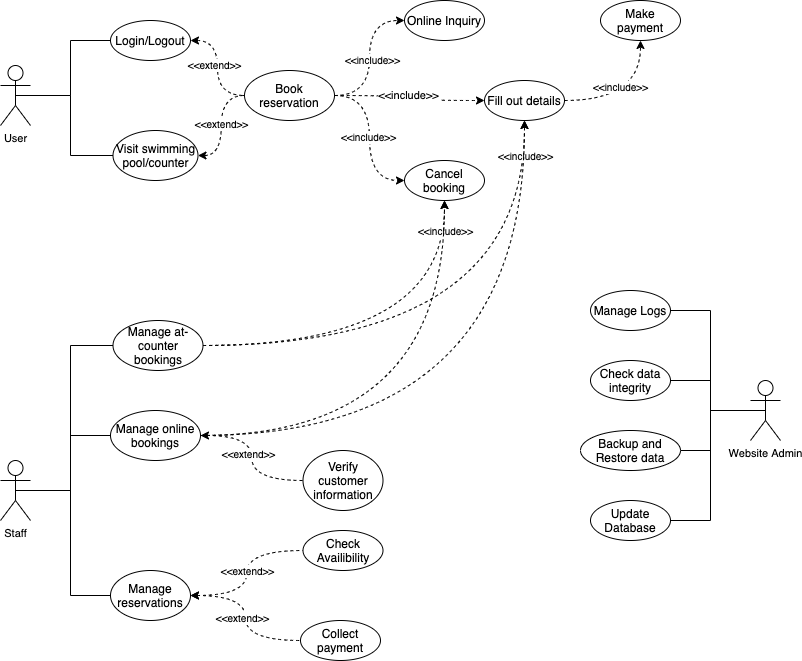
Deeshti/cs keeps this draw.io diagram as CaseD.png. Above is the earlier version. Source tidied: cells renumbered, new cells last; positions are measured from the earlier drawing's top-left corner, leaving out a move shared by most shapes.
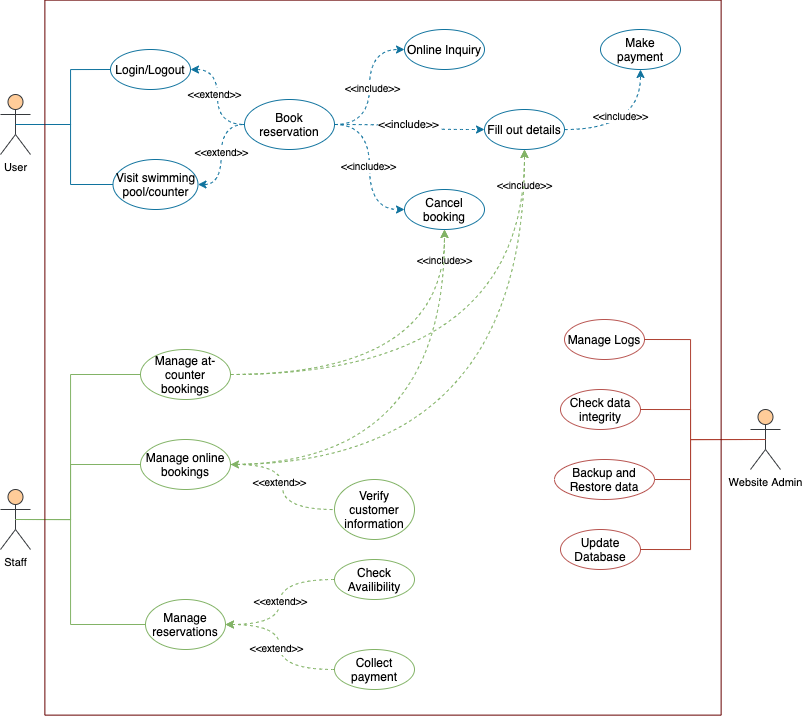
After the change.

Diff of the diagram source:
```diff
@@ -4,3 +4,3 @@
     <mxCell id="1" parent="0" />
-    <mxCell id="2" style="edgeStyle=orthogonalEdgeStyle;jettySize=auto;html=1;exitX=1;exitY=0.5;exitDx=0;exitDy=0;entryX=0;entryY=0.5;entryDx=0;entryDy=0;dashed=1;curved=1;" parent="1" edge="1" source="4" target="6">
+    <mxCell id="2" style="edgeStyle=orthogonalEdgeStyle;jettySize=auto;html=1;exitX=1;exitY=0.5;exitDx=0;exitDy=0;entryX=0;entryY=0.5;entryDx=0;entryDy=0;dashed=1;curved=1;fillColor=#b1ddf0;strokeColor=#10739e;" parent="1" edge="1" source="4" target="6">
       <mxGeometry relative="1" as="geometry" />
@@ -10,18 +10,18 @@
     </mxCell>
-    <mxCell id="4" value="Book reservation" style="ellipse;whiteSpace=wrap;html=1;" parent="1" vertex="1">
+    <mxCell id="4" value="Book reservation" style="ellipse;whiteSpace=wrap;html=1;strokeColor=#10739e;fillColor=none;" parent="1" vertex="1">
       <mxGeometry x="244" y="70" width="90" height="50" as="geometry" />
     </mxCell>
-    <mxCell id="5" value="Cancel booking" style="ellipse;whiteSpace=wrap;html=1;" parent="1" vertex="1">
+    <mxCell id="5" value="Cancel booking" style="ellipse;whiteSpace=wrap;html=1;strokeColor=#10739e;fillColor=none;" parent="1" vertex="1">
       <mxGeometry x="404" y="160" width="80" height="40" as="geometry" />
     </mxCell>
-    <mxCell id="6" value="Online Inquiry" style="ellipse;whiteSpace=wrap;html=1;" parent="1" vertex="1">
+    <mxCell id="6" value="Online Inquiry" style="ellipse;whiteSpace=wrap;html=1;strokeColor=#10739e;fillColor=none;" parent="1" vertex="1">
       <mxGeometry x="404" width="80" height="40" as="geometry" />
     </mxCell>
-    <mxCell id="7" value="Fill out details" style="ellipse;whiteSpace=wrap;html=1;" parent="1" vertex="1">
+    <mxCell id="7" value="Fill out details" style="ellipse;whiteSpace=wrap;html=1;strokeColor=#10739e;fillColor=none;" parent="1" vertex="1">
       <mxGeometry x="484" y="80" width="80" height="40" as="geometry" />
     </mxCell>
-    <mxCell id="8" value="Make payment" style="ellipse;whiteSpace=wrap;html=1;" parent="1" vertex="1">
+    <mxCell id="8" value="Make payment" style="ellipse;whiteSpace=wrap;html=1;strokeColor=#10739e;fillColor=none;" parent="1" vertex="1">
       <mxGeometry x="600" width="80" height="40" as="geometry" />
     </mxCell>
-    <mxCell id="9" style="edgeStyle=orthogonalEdgeStyle;jettySize=auto;html=1;exitX=1;exitY=0.5;exitDx=0;exitDy=0;entryX=0;entryY=0.5;entryDx=0;entryDy=0;dashed=1;curved=1;" parent="1" edge="1" source="4" target="7">
+    <mxCell id="9" style="edgeStyle=orthogonalEdgeStyle;jettySize=auto;html=1;exitX=1;exitY=0.5;exitDx=0;exitDy=0;entryX=0;entryY=0.5;entryDx=0;entryDy=0;dashed=1;curved=1;fillColor=#b1ddf0;strokeColor=#10739e;" parent="1" edge="1" source="4" target="7">
       <mxGeometry relative="1" as="geometry" />
@@ -33,3 +33,3 @@
     </mxCell>
-    <mxCell id="11" style="edgeStyle=orthogonalEdgeStyle;jettySize=auto;html=1;entryX=0;entryY=0.5;entryDx=0;entryDy=0;dashed=1;curved=1;exitX=1;exitY=0.5;exitDx=0;exitDy=0;" parent="1" edge="1" source="4" target="5">
+    <mxCell id="11" style="edgeStyle=orthogonalEdgeStyle;jettySize=auto;html=1;entryX=0;entryY=0.5;entryDx=0;entryDy=0;dashed=1;curved=1;exitX=1;exitY=0.5;exitDx=0;exitDy=0;fillColor=#b1ddf0;strokeColor=#10739e;" parent="1" edge="1" source="4" target="5">
       <mxGeometry relative="1" as="geometry" />
@@ -39,3 +39,3 @@
     </mxCell>
-    <mxCell id="13" style="edgeStyle=orthogonalEdgeStyle;jettySize=auto;html=1;dashed=1;curved=1;" parent="1" edge="1" source="7" target="8">
+    <mxCell id="13" style="edgeStyle=orthogonalEdgeStyle;jettySize=auto;html=1;dashed=1;curved=1;fillColor=#b1ddf0;strokeColor=#10739e;" parent="1" edge="1" source="7" target="8">
       <mxGeometry relative="1" as="geometry" />
@@ -47,15 +47,15 @@
     </mxCell>
-    <mxCell id="15" value="Manage at-counter bookings" style="ellipse;whiteSpace=wrap;html=1;" parent="1" vertex="1">
-      <mxGeometry x="112.5" y="320" width="90" height="50" as="geometry" />
+    <mxCell id="15" value="Manage at-counter bookings" style="ellipse;whiteSpace=wrap;html=1;strokeColor=#82b366;fillColor=none;" parent="1" vertex="1">
+      <mxGeometry x="140" y="320" width="90" height="50" as="geometry" />
     </mxCell>
-    <mxCell id="16" value="Manage reservations" style="ellipse;whiteSpace=wrap;html=1;" parent="1" vertex="1">
-      <mxGeometry x="110" y="570" width="80" height="50" as="geometry" />
+    <mxCell id="16" value="Manage reservations" style="ellipse;whiteSpace=wrap;html=1;strokeColor=#82b366;fillColor=none;" parent="1" vertex="1">
+      <mxGeometry x="145" y="570" width="80" height="50" as="geometry" />
     </mxCell>
-    <mxCell id="17" value="Collect payment" style="ellipse;whiteSpace=wrap;html=1;" parent="1" vertex="1">
-      <mxGeometry x="300" y="620" width="80" height="40" as="geometry" />
+    <mxCell id="17" value="Collect payment" style="ellipse;whiteSpace=wrap;html=1;strokeColor=#82b366;fillColor=none;" parent="1" vertex="1">
+      <mxGeometry x="334" y="620" width="80" height="40" as="geometry" />
     </mxCell>
-    <mxCell id="18" value="Verify customer information" style="ellipse;whiteSpace=wrap;html=1;" parent="1" vertex="1">
-      <mxGeometry x="302.5" y="450" width="80" height="60" as="geometry" />
+    <mxCell id="18" value="Verify customer information" style="ellipse;whiteSpace=wrap;html=1;strokeColor=#82b366;fillColor=none;" parent="1" vertex="1">
+      <mxGeometry x="334" y="450" width="80" height="60" as="geometry" />
     </mxCell>
-    <mxCell id="19" style="edgeStyle=orthogonalEdgeStyle;jettySize=auto;html=1;entryX=0.5;entryY=1;entryDx=0;entryDy=0;dashed=1;curved=1;exitX=1;exitY=0.5;exitDx=0;exitDy=0;" parent="1" edge="1" source="15" target="5">
+    <mxCell id="19" style="edgeStyle=orthogonalEdgeStyle;jettySize=auto;html=1;entryX=0.5;entryY=1;entryDx=0;entryDy=0;dashed=1;curved=1;exitX=1;exitY=0.5;exitDx=0;exitDy=0;fillColor=#d5e8d4;strokeColor=#82b366;" parent="1" edge="1" source="15" target="5">
       <mxGeometry relative="1" as="geometry">
@@ -68,6 +68,6 @@
       <mxGeometry x="-0.01" y="-2" relative="1" as="geometry">
-        <mxPoint x="51.5" y="-117" as="offset" />
+        <mxPoint x="37" y="-117" as="offset" />
       </mxGeometry>
     </mxCell>
-    <mxCell id="21" style="edgeStyle=orthogonalEdgeStyle;jettySize=auto;html=1;entryX=0.5;entryY=1;entryDx=0;entryDy=0;dashed=1;curved=1;exitX=1;exitY=0.5;exitDx=0;exitDy=0;" parent="1" edge="1" source="15" target="7">
+    <mxCell id="21" style="edgeStyle=orthogonalEdgeStyle;jettySize=auto;html=1;entryX=0.5;entryY=1;entryDx=0;entryDy=0;dashed=1;curved=1;exitX=1;exitY=0.5;exitDx=0;exitDy=0;fillColor=#d5e8d4;strokeColor=#82b366;" parent="1" edge="1" source="15" target="7">
       <mxGeometry relative="1" as="geometry" />
@@ -76,9 +76,9 @@
       <mxGeometry x="-0.01" y="-2" relative="1" as="geometry">
-        <mxPoint x="52.5" y="-192" as="offset" />
+        <mxPoint x="38" y="-192" as="offset" />
       </mxGeometry>
     </mxCell>
-    <mxCell id="23" value="Check Availibility" style="ellipse;whiteSpace=wrap;html=1;" parent="1" vertex="1">
-      <mxGeometry x="302.5" y="530" width="80" height="40" as="geometry" />
+    <mxCell id="23" value="Check Availibility" style="ellipse;whiteSpace=wrap;html=1;strokeColor=#82b366;fillColor=none;" parent="1" vertex="1">
+      <mxGeometry x="334" y="530" width="80" height="40" as="geometry" />
     </mxCell>
-    <mxCell id="24" style="edgeStyle=orthogonalEdgeStyle;jettySize=auto;html=1;entryX=0;entryY=0.5;entryDx=0;entryDy=0;dashed=1;curved=1;exitX=1;exitY=0.5;exitDx=0;exitDy=0;startArrow=classic;startFill=1;endArrow=none;endFill=0;" parent="1" edge="1" source="16" target="23">
+    <mxCell id="24" style="edgeStyle=orthogonalEdgeStyle;jettySize=auto;html=1;entryX=0;entryY=0.5;entryDx=0;entryDy=0;dashed=1;curved=1;exitX=1;exitY=0.5;exitDx=0;exitDy=0;startArrow=classic;startFill=1;endArrow=none;endFill=0;fillColor=#d5e8d4;strokeColor=#82b366;" parent="1" edge="1" source="16" target="23">
       <mxGeometry relative="1" as="geometry" />
@@ -90,3 +90,3 @@
     </mxCell>
-    <mxCell id="26" style="edgeStyle=orthogonalEdgeStyle;jettySize=auto;html=1;entryX=0;entryY=0.5;entryDx=0;entryDy=0;dashed=1;curved=1;exitX=1;exitY=0.5;exitDx=0;exitDy=0;endArrow=none;endFill=0;startArrow=classic;startFill=1;" parent="1" edge="1" source="16" target="17">
+    <mxCell id="26" style="edgeStyle=orthogonalEdgeStyle;jettySize=auto;html=1;entryX=0;entryY=0.5;entryDx=0;entryDy=0;dashed=1;curved=1;exitX=1;exitY=0.5;exitDx=0;exitDy=0;endArrow=none;endFill=0;startArrow=classic;startFill=1;fillColor=#d5e8d4;strokeColor=#82b366;" parent="1" edge="1" source="16" target="17">
       <mxGeometry relative="1" as="geometry" />
@@ -98,9 +98,9 @@
     </mxCell>
-    <mxCell id="28" value="Login/Logout" style="ellipse;whiteSpace=wrap;html=1;" parent="1" vertex="1">
+    <mxCell id="28" value="Login/Logout" style="ellipse;whiteSpace=wrap;html=1;strokeColor=#10739e;fillColor=none;" parent="1" vertex="1">
       <mxGeometry x="110" y="20" width="80" height="40" as="geometry" />
     </mxCell>
-    <mxCell id="29" value="Visit swimming pool/counter" style="ellipse;whiteSpace=wrap;html=1;" parent="1" vertex="1">
+    <mxCell id="29" value="Visit swimming pool/counter" style="ellipse;whiteSpace=wrap;html=1;strokeColor=#10739e;fillColor=none;" parent="1" vertex="1">
       <mxGeometry x="112.5" y="130" width="85" height="50" as="geometry" />
     </mxCell>
-    <mxCell id="30" style="edgeStyle=orthogonalEdgeStyle;jettySize=auto;html=1;dashed=1;curved=1;startArrow=classic;startFill=1;endArrow=none;endFill=0;exitX=1;exitY=0.5;exitDx=0;exitDy=0;entryX=0;entryY=0.5;entryDx=0;entryDy=0;" parent="1" edge="1" source="28" target="4">
+    <mxCell id="30" style="edgeStyle=orthogonalEdgeStyle;jettySize=auto;html=1;dashed=1;curved=1;startArrow=classic;startFill=1;endArrow=none;endFill=0;exitX=1;exitY=0.5;exitDx=0;exitDy=0;entryX=0;entryY=0.5;entryDx=0;entryDy=0;fillColor=#b1ddf0;strokeColor=#10739e;" parent="1" edge="1" source="28" target="4">
       <mxGeometry relative="1" as="geometry" />
@@ -112,3 +112,3 @@
     </mxCell>
-    <mxCell id="32" style="edgeStyle=orthogonalEdgeStyle;jettySize=auto;html=1;dashed=1;curved=1;startArrow=classic;startFill=1;endArrow=none;endFill=0;exitX=1;exitY=0.5;exitDx=0;exitDy=0;entryX=0;entryY=0.5;entryDx=0;entryDy=0;" parent="1" edge="1" source="29" target="4">
+    <mxCell id="32" style="edgeStyle=orthogonalEdgeStyle;jettySize=auto;html=1;dashed=1;curved=1;startArrow=classic;startFill=1;endArrow=none;endFill=0;exitX=1;exitY=0.5;exitDx=0;exitDy=0;entryX=0;entryY=0.5;entryDx=0;entryDy=0;fillColor=#b1ddf0;strokeColor=#10739e;" parent="1" edge="1" source="29" target="4">
       <mxGeometry relative="1" as="geometry" />
@@ -120,6 +120,6 @@
     </mxCell>
-    <mxCell id="34" value="Manage online bookings" style="ellipse;whiteSpace=wrap;html=1;" parent="1" vertex="1">
-      <mxGeometry x="110" y="410" width="90" height="50" as="geometry" />
+    <mxCell id="34" value="Manage online bookings" style="ellipse;whiteSpace=wrap;html=1;strokeColor=#82b366;fillColor=none;" parent="1" vertex="1">
+      <mxGeometry x="140" y="410" width="90" height="50" as="geometry" />
     </mxCell>
-    <mxCell id="35" style="edgeStyle=orthogonalEdgeStyle;jettySize=auto;html=1;dashed=1;curved=1;exitX=1;exitY=0.5;exitDx=0;exitDy=0;startArrow=classic;startFill=1;endArrow=none;endFill=0;" parent="1" edge="1" source="34" target="18">
+    <mxCell id="35" style="edgeStyle=orthogonalEdgeStyle;jettySize=auto;html=1;dashed=1;curved=1;exitX=1;exitY=0.5;exitDx=0;exitDy=0;startArrow=classic;startFill=1;endArrow=none;endFill=0;fillColor=#d5e8d4;strokeColor=#82b366;" parent="1" edge="1" source="34" target="18">
       <mxGeometry relative="1" as="geometry" />
@@ -131,6 +131,6 @@
     </mxCell>
-    <mxCell id="37" style="edgeStyle=orthogonalEdgeStyle;jettySize=auto;html=1;entryX=0.5;entryY=1;entryDx=0;entryDy=0;dashed=1;curved=1;exitX=1;exitY=0.5;exitDx=0;exitDy=0;" parent="1" edge="1" source="34" target="7">
+    <mxCell id="37" style="edgeStyle=orthogonalEdgeStyle;jettySize=auto;html=1;entryX=0.5;entryY=1;entryDx=0;entryDy=0;dashed=1;curved=1;exitX=1;exitY=0.5;exitDx=0;exitDy=0;fillColor=#d5e8d4;strokeColor=#82b366;" parent="1" edge="1" source="34" target="7">
       <mxGeometry relative="1" as="geometry" />
     </mxCell>
-    <mxCell id="38" style="edgeStyle=orthogonalEdgeStyle;jettySize=auto;html=1;entryX=0.5;entryY=1;entryDx=0;entryDy=0;dashed=1;curved=1;exitX=1;exitY=0.5;exitDx=0;exitDy=0;" parent="1" edge="1" source="34" target="5">
+    <mxCell id="38" style="edgeStyle=orthogonalEdgeStyle;jettySize=auto;html=1;entryX=0.5;entryY=1;entryDx=0;entryDy=0;dashed=1;curved=1;exitX=1;exitY=0.5;exitDx=0;exitDy=0;fillColor=#d5e8d4;strokeColor=#82b366;" parent="1" edge="1" source="34" target="5">
       <mxGeometry relative="1" as="geometry">
@@ -141,15 +141,15 @@
     </mxCell>
-    <mxCell id="39" value="Manage Logs" style="ellipse;whiteSpace=wrap;html=1;" parent="1" vertex="1">
-      <mxGeometry x="590" y="290" width="80" height="40" as="geometry" />
+    <mxCell id="39" value="Manage Logs" style="ellipse;whiteSpace=wrap;html=1;strokeColor=#b85450;fillColor=none;" parent="1" vertex="1">
+      <mxGeometry x="564" y="290" width="80" height="40" as="geometry" />
     </mxCell>
-    <mxCell id="40" value="Check data integrity" style="ellipse;whiteSpace=wrap;html=1;" parent="1" vertex="1">
-      <mxGeometry x="590" y="360" width="80" height="40" as="geometry" />
+    <mxCell id="40" value="Check data integrity" style="ellipse;whiteSpace=wrap;html=1;strokeColor=#b85450;fillColor=none;" parent="1" vertex="1">
+      <mxGeometry x="560" y="360" width="80" height="40" as="geometry" />
     </mxCell>
-    <mxCell id="41" value="Backup and Restore data" style="ellipse;whiteSpace=wrap;html=1;" parent="1" vertex="1">
-      <mxGeometry x="580" y="430" width="100" height="40" as="geometry" />
+    <mxCell id="41" value="Backup and Restore data" style="ellipse;whiteSpace=wrap;html=1;strokeColor=#b85450;fillColor=none;" parent="1" vertex="1">
+      <mxGeometry x="554" y="430" width="100" height="40" as="geometry" />
     </mxCell>
-    <mxCell id="42" value="Update Database" style="ellipse;whiteSpace=wrap;html=1;" parent="1" vertex="1">
-      <mxGeometry x="590" y="500" width="80" height="40" as="geometry" />
+    <mxCell id="42" value="Update Database" style="ellipse;whiteSpace=wrap;html=1;strokeColor=#b85450;fillColor=none;" parent="1" vertex="1">
+      <mxGeometry x="560" y="500" width="80" height="40" as="geometry" />
     </mxCell>
-    <mxCell id="43" style="edgeStyle=orthogonalEdgeStyle;jettySize=auto;html=1;startArrow=none;startFill=0;endArrow=none;endFill=0;fontSize=11;exitX=0.5;exitY=0.5;exitDx=0;exitDy=0;exitPerimeter=0;entryX=0;entryY=0.5;entryDx=0;entryDy=0;rounded=0;" parent="1" edge="1" source="44" target="28">
+    <mxCell id="43" style="edgeStyle=orthogonalEdgeStyle;jettySize=auto;html=1;startArrow=none;startFill=0;endArrow=none;endFill=0;fontSize=11;exitX=0.5;exitY=0.5;exitDx=0;exitDy=0;exitPerimeter=0;entryX=0;entryY=0.5;entryDx=0;entryDy=0;rounded=0;fillColor=#b1ddf0;strokeColor=#10739e;" parent="1" edge="1" source="44" target="28">
       <mxGeometry relative="1" as="geometry">
@@ -161,6 +161,6 @@
     </mxCell>
-    <mxCell id="44" value="User" style="shape=umlActor;verticalLabelPosition=bottom;verticalAlign=top;html=1;rounded=0;fillColor=none;fontSize=11;" parent="1" vertex="1">
+    <mxCell id="44" value="User" style="shape=umlActor;verticalLabelPosition=bottom;verticalAlign=top;html=1;rounded=0;fillColor=#ffcc99;fontSize=11;strokeColor=#36393d;" parent="1" vertex="1">
       <mxGeometry y="65" width="30" height="60" as="geometry" />
     </mxCell>
-    <mxCell id="45" style="edgeStyle=orthogonalEdgeStyle;jettySize=auto;html=1;startArrow=none;startFill=0;endArrow=none;endFill=0;fontSize=11;exitX=0.5;exitY=0.5;exitDx=0;exitDy=0;exitPerimeter=0;entryX=0;entryY=0.5;entryDx=0;entryDy=0;rounded=0;" parent="1" edge="1" source="44" target="29">
+    <mxCell id="45" style="edgeStyle=orthogonalEdgeStyle;jettySize=auto;html=1;startArrow=none;startFill=0;endArrow=none;endFill=0;fontSize=11;exitX=0.5;exitY=0.5;exitDx=0;exitDy=0;exitPerimeter=0;entryX=0;entryY=0.5;entryDx=0;entryDy=0;rounded=0;fillColor=#b1ddf0;strokeColor=#10739e;" parent="1" edge="1" source="44" target="29">
       <mxGeometry relative="1" as="geometry">
@@ -172,6 +172,6 @@
     </mxCell>
-    <mxCell id="46" value="Staff" style="shape=umlActor;verticalLabelPosition=bottom;verticalAlign=top;html=1;rounded=0;fillColor=none;fontSize=11;" parent="1" vertex="1">
+    <mxCell id="46" value="Staff" style="shape=umlActor;verticalLabelPosition=bottom;verticalAlign=top;html=1;rounded=0;fillColor=#ffcc99;fontSize=11;strokeColor=#36393d;" parent="1" vertex="1">
       <mxGeometry y="460" width="30" height="60" as="geometry" />
     </mxCell>
-    <mxCell id="47" style="edgeStyle=orthogonalEdgeStyle;jettySize=auto;html=1;startArrow=none;startFill=0;endArrow=none;endFill=0;fontSize=11;exitX=0.5;exitY=0.5;exitDx=0;exitDy=0;exitPerimeter=0;entryX=0;entryY=0.5;entryDx=0;entryDy=0;rounded=0;" parent="1" edge="1" source="46" target="15">
+    <mxCell id="47" style="edgeStyle=orthogonalEdgeStyle;jettySize=auto;html=1;startArrow=none;startFill=0;endArrow=none;endFill=0;fontSize=11;exitX=0.5;exitY=0.5;exitDx=0;exitDy=0;exitPerimeter=0;entryX=0;entryY=0.5;entryDx=0;entryDy=0;rounded=0;fillColor=#d5e8d4;strokeColor=#82b366;" parent="1" edge="1" source="46" target="15">
       <mxGeometry relative="1" as="geometry">
@@ -183,3 +183,3 @@
     </mxCell>
-    <mxCell id="48" style="edgeStyle=orthogonalEdgeStyle;jettySize=auto;html=1;startArrow=none;startFill=0;endArrow=none;endFill=0;fontSize=11;entryX=0;entryY=0.5;entryDx=0;entryDy=0;rounded=0;exitX=0.5;exitY=0.5;exitDx=0;exitDy=0;exitPerimeter=0;" parent="1" edge="1" source="46" target="34">
+    <mxCell id="48" style="edgeStyle=orthogonalEdgeStyle;jettySize=auto;html=1;startArrow=none;startFill=0;endArrow=none;endFill=0;fontSize=11;entryX=0;entryY=0.5;entryDx=0;entryDy=0;rounded=0;exitX=0.5;exitY=0.5;exitDx=0;exitDy=0;exitPerimeter=0;fillColor=#d5e8d4;strokeColor=#82b366;" parent="1" edge="1" source="46" target="34">
       <mxGeometry relative="1" as="geometry">
@@ -191,3 +191,3 @@
     </mxCell>
-    <mxCell id="49" style="edgeStyle=orthogonalEdgeStyle;jettySize=auto;html=1;startArrow=none;startFill=0;endArrow=none;endFill=0;fontSize=11;entryX=0;entryY=0.5;entryDx=0;entryDy=0;rounded=0;exitX=0.5;exitY=0.5;exitDx=0;exitDy=0;exitPerimeter=0;" parent="1" edge="1" source="46" target="16">
+    <mxCell id="49" style="edgeStyle=orthogonalEdgeStyle;jettySize=auto;html=1;startArrow=none;startFill=0;endArrow=none;endFill=0;fontSize=11;entryX=0;entryY=0.5;entryDx=0;entryDy=0;rounded=0;exitX=0.5;exitY=0.5;exitDx=0;exitDy=0;exitPerimeter=0;fillColor=#d5e8d4;strokeColor=#82b366;" parent="1" edge="1" source="46" target="16">
       <mxGeometry relative="1" as="geometry">
@@ -199,10 +199,10 @@
     </mxCell>
-    <mxCell id="50" value="Website Admin" style="shape=umlActor;verticalLabelPosition=bottom;verticalAlign=top;html=1;rounded=0;fillColor=none;fontSize=11;" parent="1" vertex="1">
+    <mxCell id="50" value="Website Admin" style="shape=umlActor;verticalLabelPosition=bottom;verticalAlign=top;html=1;rounded=0;fontSize=11;strokeColor=#36393d;fillColor=#ffcc99;" parent="1" vertex="1">
       <mxGeometry x="750" y="380" width="30" height="60" as="geometry" />
     </mxCell>
-    <mxCell id="51" style="edgeStyle=orthogonalEdgeStyle;jettySize=auto;html=1;startArrow=none;startFill=0;endArrow=none;endFill=0;fontSize=11;exitX=1;exitY=0.5;exitDx=0;exitDy=0;entryX=0.5;entryY=0.5;entryDx=0;entryDy=0;rounded=0;entryPerimeter=0;" parent="1" edge="1" source="42" target="50">
+    <mxCell id="51" style="edgeStyle=orthogonalEdgeStyle;jettySize=auto;html=1;startArrow=none;startFill=0;endArrow=none;endFill=0;fontSize=11;exitX=1;exitY=0.5;exitDx=0;exitDy=0;entryX=0.5;entryY=0.5;entryDx=0;entryDy=0;rounded=0;entryPerimeter=0;fillColor=#fad9d5;strokeColor=#ae4132;" parent="1" edge="1" source="42" target="50">
       <mxGeometry relative="1" as="geometry">
         <Array as="points">
-          <mxPoint x="710" y="520" />
-          <mxPoint x="710" y="410" />
+          <mxPoint x="690" y="520" />
+          <mxPoint x="690" y="410" />
         </Array>
@@ -210,7 +210,7 @@
     </mxCell>
-    <mxCell id="52" style="edgeStyle=orthogonalEdgeStyle;jettySize=auto;html=1;startArrow=none;startFill=0;endArrow=none;endFill=0;fontSize=11;exitX=1;exitY=0.5;exitDx=0;exitDy=0;entryX=0.5;entryY=0.5;entryDx=0;entryDy=0;rounded=0;entryPerimeter=0;" parent="1" edge="1" source="41" target="50">
+    <mxCell id="52" style="edgeStyle=orthogonalEdgeStyle;jettySize=auto;html=1;startArrow=none;startFill=0;endArrow=none;endFill=0;fontSize=11;exitX=1;exitY=0.5;exitDx=0;exitDy=0;entryX=0.5;entryY=0.5;entryDx=0;entryDy=0;rounded=0;entryPerimeter=0;fillColor=#fad9d5;strokeColor=#ae4132;" parent="1" edge="1" source="41" target="50">
       <mxGeometry relative="1" as="geometry">
         <Array as="points">
-          <mxPoint x="710" y="450" />
-          <mxPoint x="710" y="410" />
+          <mxPoint x="690" y="450" />
+          <mxPoint x="690" y="410" />
         </Array>
@@ -218,7 +218,7 @@
     </mxCell>
-    <mxCell id="53" style="edgeStyle=orthogonalEdgeStyle;jettySize=auto;html=1;startArrow=none;startFill=0;endArrow=none;endFill=0;fontSize=11;exitX=1;exitY=0.5;exitDx=0;exitDy=0;entryX=0.5;entryY=0.5;entryDx=0;entryDy=0;rounded=0;entryPerimeter=0;" parent="1" edge="1" source="40" target="50">
+    <mxCell id="53" style="edgeStyle=orthogonalEdgeStyle;jettySize=auto;html=1;startArrow=none;startFill=0;endArrow=none;endFill=0;fontSize=11;exitX=1;exitY=0.5;exitDx=0;exitDy=0;entryX=0.5;entryY=0.5;entryDx=0;entryDy=0;rounded=0;entryPerimeter=0;fillColor=#fad9d5;strokeColor=#ae4132;" parent="1" edge="1" source="40" target="50">
       <mxGeometry relative="1" as="geometry">
         <Array as="points">
-          <mxPoint x="710" y="380" />
-          <mxPoint x="710" y="410" />
+          <mxPoint x="690" y="380" />
+          <mxPoint x="690" y="410" />
         </Array>
@@ -226,7 +226,7 @@
     </mxCell>
-    <mxCell id="54" style="edgeStyle=orthogonalEdgeStyle;jettySize=auto;html=1;startArrow=none;startFill=0;endArrow=none;endFill=0;fontSize=11;exitX=1;exitY=0.5;exitDx=0;exitDy=0;entryX=0.5;entryY=0.5;entryDx=0;entryDy=0;rounded=0;entryPerimeter=0;" parent="1" edge="1" source="39" target="50">
+    <mxCell id="54" style="edgeStyle=orthogonalEdgeStyle;jettySize=auto;html=1;startArrow=none;startFill=0;endArrow=none;endFill=0;fontSize=11;exitX=1;exitY=0.5;exitDx=0;exitDy=0;entryX=0.5;entryY=0.5;entryDx=0;entryDy=0;rounded=0;entryPerimeter=0;fillColor=#fad9d5;strokeColor=#ae4132;" parent="1" edge="1" source="39" target="50">
       <mxGeometry relative="1" as="geometry">
         <Array as="points">
-          <mxPoint x="710" y="310" />
-          <mxPoint x="710" y="410" />
+          <mxPoint x="690" y="310" />
+          <mxPoint x="690" y="410" />
         </Array>
@@ -234,2 +234,5 @@
     </mxCell>
+    <mxCell id="55" style="rounded=0;whiteSpace=wrap;html=1;fontSize=11;rotation=90;fontColor=#ffffff;fillColor=none;strokeColor=#660000;" parent="1" vertex="1">
+      <mxGeometry x="25" y="-10" width="715" height="676.2" as="geometry" />
+    </mxCell>
   </root>
```
